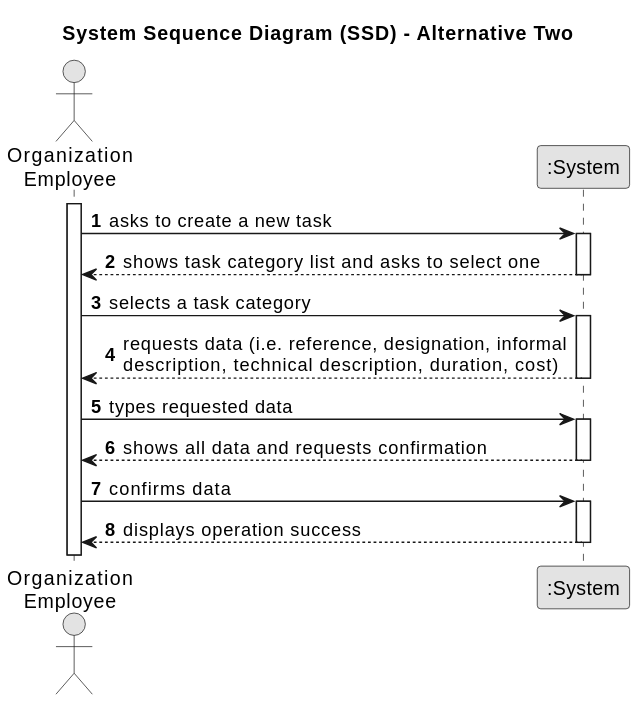
diogoveirospro/lei-24-s2-1dg-g072 keeps this PlantUML diagram as docs/sprintA/us001/01.requirements-engineering/svg/us001-system-sequence-diagram-alternative-two.svg. Above is the earlier version. The source it was exported from:
```plantuml
@startuml
skinparam monochrome true
skinparam packageStyle rectangle
skinparam shadowing false

title System Sequence Diagram (SSD) - Alternative Two

autonumber

actor "Organization\nEmployee" as Employee
participant ":System" as System

activate Employee

    Employee -> System : asks to create a new task
    activate System

        System --> Employee : shows task category list and asks to select one
    deactivate System

    Employee -> System : selects a task category
    activate System

        System --> Employee : requests data (i.e. reference, designation, informal\ndescription, technical description, duration, cost)
    deactivate System

    Employee -> System : types requested data
    activate System

        System --> Employee : shows all data and requests confirmation
    deactivate System

    Employee -> System : confirms data
    activate System

        System --> Employee : displays operation success
    deactivate System
@enduml
```
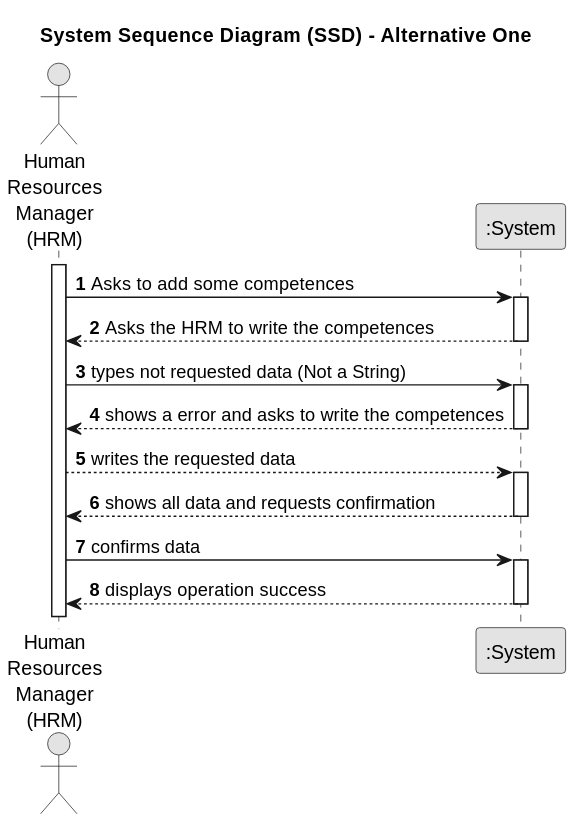
The same diagram one commit later.

The edit, as a diff of the source:
```diff
@@ -3,28 +3,26 @@
 skinparam packageStyle rectangle
 skinparam shadowing false
 
-title System Sequence Diagram (SSD) - Alternative Two
+title System Sequence Diagram (SSD) - Alternative One
 
 autonumber
 
-actor "Organization\nEmployee" as Employee
+actor "Human\nResources\nManager\n(HRM)" as Employee
 participant ":System" as System
 
 activate Employee
 
-    Employee -> System : asks to create a new task
+    Employee -> System : Asks to add some competences
     activate System
 
-        System --> Employee : shows task category list and asks to select one
+        System --> Employee : Asks the HRM to write the competences
     deactivate System
 
-    Employee -> System : selects a task category
+    Employee -> System : types not requested data (Not a String)
     activate System
-
-        System --> Employee : requests data (i.e. reference, designation, informal\ndescription, technical description, duration, cost)
+        System --> Employee : shows a error and asks to write the competences
     deactivate System
-
-    Employee -> System : types requested data
+        Employee --> System : writes the requested data
     activate System
 
         System --> Employee : shows all data and requests confirmation
```
